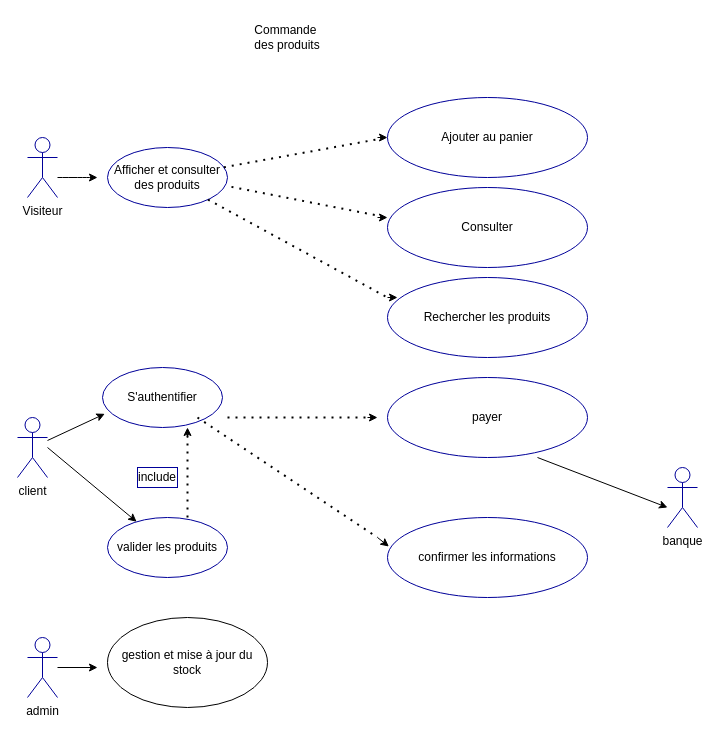
This is diagramme.drawio from sdeurt/sportmatos_back, a draw.io file, before an edit. Source tidied: cells renumbered, new cells numbered last; positions are measured from the earlier drawing's top-left corner, leaving out a move shared by most shapes. Both pictures are drawn from the tidied source at 100%, with x=0, y=0 at pixel (17, 17).
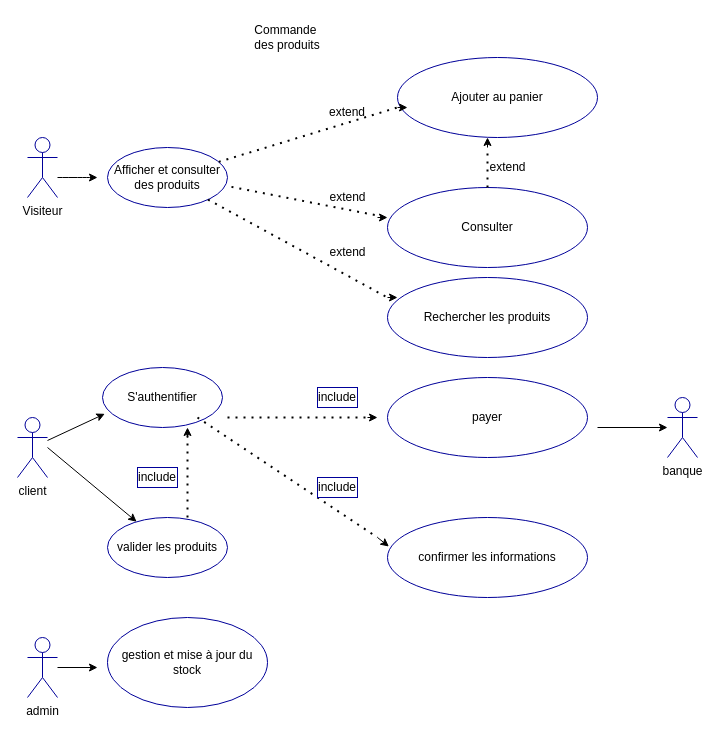
After the change.

Unchanged cells that the change refers to:
```xml
<mxCell id="8" value="Afficher et consulter des produits" style="ellipse;whiteSpace=wrap;html=1;strokeColor=#000099;" parent="1" vertex="1">
  <mxGeometry x="90" y="130" width="120" height="60" as="geometry" />
</mxCell>
<mxCell id="15" value="Consulter" style="ellipse;whiteSpace=wrap;html=1;strokeColor=#000099;" parent="1" vertex="1">
  <mxGeometry x="370" y="170" width="200" height="80" as="geometry" />
</mxCell>
<mxCell id="17" value="payer" style="ellipse;whiteSpace=wrap;html=1;strokeColor=#000099;" parent="1" vertex="1">
  <mxGeometry x="370" y="360" width="200" height="80" as="geometry" />
</mxCell>
```

What changed in the source:
```diff
@@
     <mxCell id="6" value="banque" style="shape=umlActor;verticalLabelPosition=bottom;verticalAlign=top;html=1;outlineConnect=0;strokeColor=#000099;" parent="1" vertex="1">
-      <mxGeometry x="650" y="450" width="30" height="60" as="geometry" />
+      <mxGeometry x="650" y="380" width="30" height="60" as="geometry" />
     </mxCell>
@@
     <mxCell id="13" value="Ajouter au panier" style="ellipse;whiteSpace=wrap;html=1;strokeColor=#000099;" parent="1" vertex="1">
-      <mxGeometry x="370" y="80" width="200" height="80" as="geometry" />
+      <mxGeometry x="380" y="40" width="200" height="80" as="geometry" />
     </mxCell>
@@
     <mxCell id="18" style="endArrow=none;dashed=1;html=1;dashPattern=1 3;strokeWidth=2;" parent="1" edge="1" source="8">
       <mxGeometry relative="1" as="geometry">
-        <mxPoint x="370" y="120" as="targetPoint" />
+        <mxPoint x="380" y="90" as="targetPoint" />
       </mxGeometry>
     </mxCell>
@@
-    <mxCell id="24" style="edgeStyle=none;html=1;exitX=0.75;exitY=1;exitDx=0;exitDy=0;exitPerimeter=0;" parent="1" edge="1" source="17">
-      <mxGeometry relative="1" as="geometry">
-        <mxPoint x="650" y="490" as="targetPoint" />
-      </mxGeometry>
-    </mxCell>
@@
     <mxCell id="28" style="endArrow=classic;html=1;" parent="1" edge="1">
       <mxGeometry relative="1" as="geometry">
-        <mxPoint x="360" y="120" as="sourcePoint" />
-        <mxPoint x="370" y="120" as="targetPoint" />
+        <mxPoint x="380" y="90" as="sourcePoint" />
+        <mxPoint x="390" y="90" as="targetPoint" />
       </mxGeometry>
     </mxCell>
@@
-    <mxCell id="36" value="gestion et mise à jour du stock" style="ellipse;whiteSpace=wrap;html=1;" parent="1" vertex="1">
+    <mxCell id="36" value="gestion et mise à jour du stock" style="ellipse;whiteSpace=wrap;html=1;strokeColor=#000099;" parent="1" vertex="1">
       <mxGeometry x="90" y="600" width="160" height="90" as="geometry" />
     </mxCell>
@@
+    <mxCell id="38" style="endArrow=classic;html=1;" parent="1" edge="1" target="6">
+      <mxGeometry relative="1" as="geometry">
+        <mxPoint x="580" y="410" as="sourcePoint" />
+      </mxGeometry>
+    </mxCell>
+    <mxCell id="39" value="extend" style="text;strokeColor=none;align=center;fillColor=none;html=1;verticalAlign=middle;whiteSpace=wrap;rounded=0;" parent="1" vertex="1">
+      <mxGeometry x="300" y="80" width="60" height="30" as="geometry" />
+    </mxCell>
+    <mxCell id="40" style="endArrow=none;dashed=1;html=1;dashPattern=1 3;strokeWidth=2;exitX=0.5;exitY=0;exitDx=0;exitDy=0;" parent="1" edge="1" source="15">
+      <mxGeometry relative="1" as="geometry">
+        <mxPoint x="470" y="130" as="targetPoint" />
+      </mxGeometry>
+    </mxCell>
+    <mxCell id="41" style="endArrow=classic;html=1;" parent="1" edge="1">
+      <mxGeometry relative="1" as="geometry">
+        <mxPoint x="470" y="130" as="sourcePoint" />
+        <mxPoint x="470" y="120" as="targetPoint" />
+        <Array as="points">
+          <mxPoint x="470" y="120" />
+        </Array>
+      </mxGeometry>
+    </mxCell>
+    <mxCell id="42" value="extend" style="text;html=1;align=center;verticalAlign=middle;strokeColor=none;fillColor=none;" parent="1" vertex="1">
+      <mxGeometry x="460" y="135" width="60" height="30" as="geometry" />
+    </mxCell>
+    <mxCell id="43" value="extend" style="text;html=1;align=center;verticalAlign=middle;strokeColor=none;fillColor=none;" parent="1" vertex="1">
+      <mxGeometry x="300" y="165" width="60" height="30" as="geometry" />
+    </mxCell>
+    <mxCell id="44" value="extend" style="text;html=1;align=center;verticalAlign=middle;strokeColor=none;fillColor=none;" parent="1" vertex="1">
+      <mxGeometry x="300" y="220" width="60" height="30" as="geometry" />
+    </mxCell>
+    <mxCell id="45" value="include" style="rounded=0;whiteSpace=wrap;html=1;strokeColor=#000099;" parent="1" vertex="1">
+      <mxGeometry x="300" y="460" width="40" height="20" as="geometry" />
+    </mxCell>
+    <mxCell id="46" value="include" style="rounded=0;whiteSpace=wrap;html=1;strokeColor=#000099;" parent="1" vertex="1">
+      <mxGeometry x="300" y="370" width="40" height="20" as="geometry" />
+    </mxCell>
```
